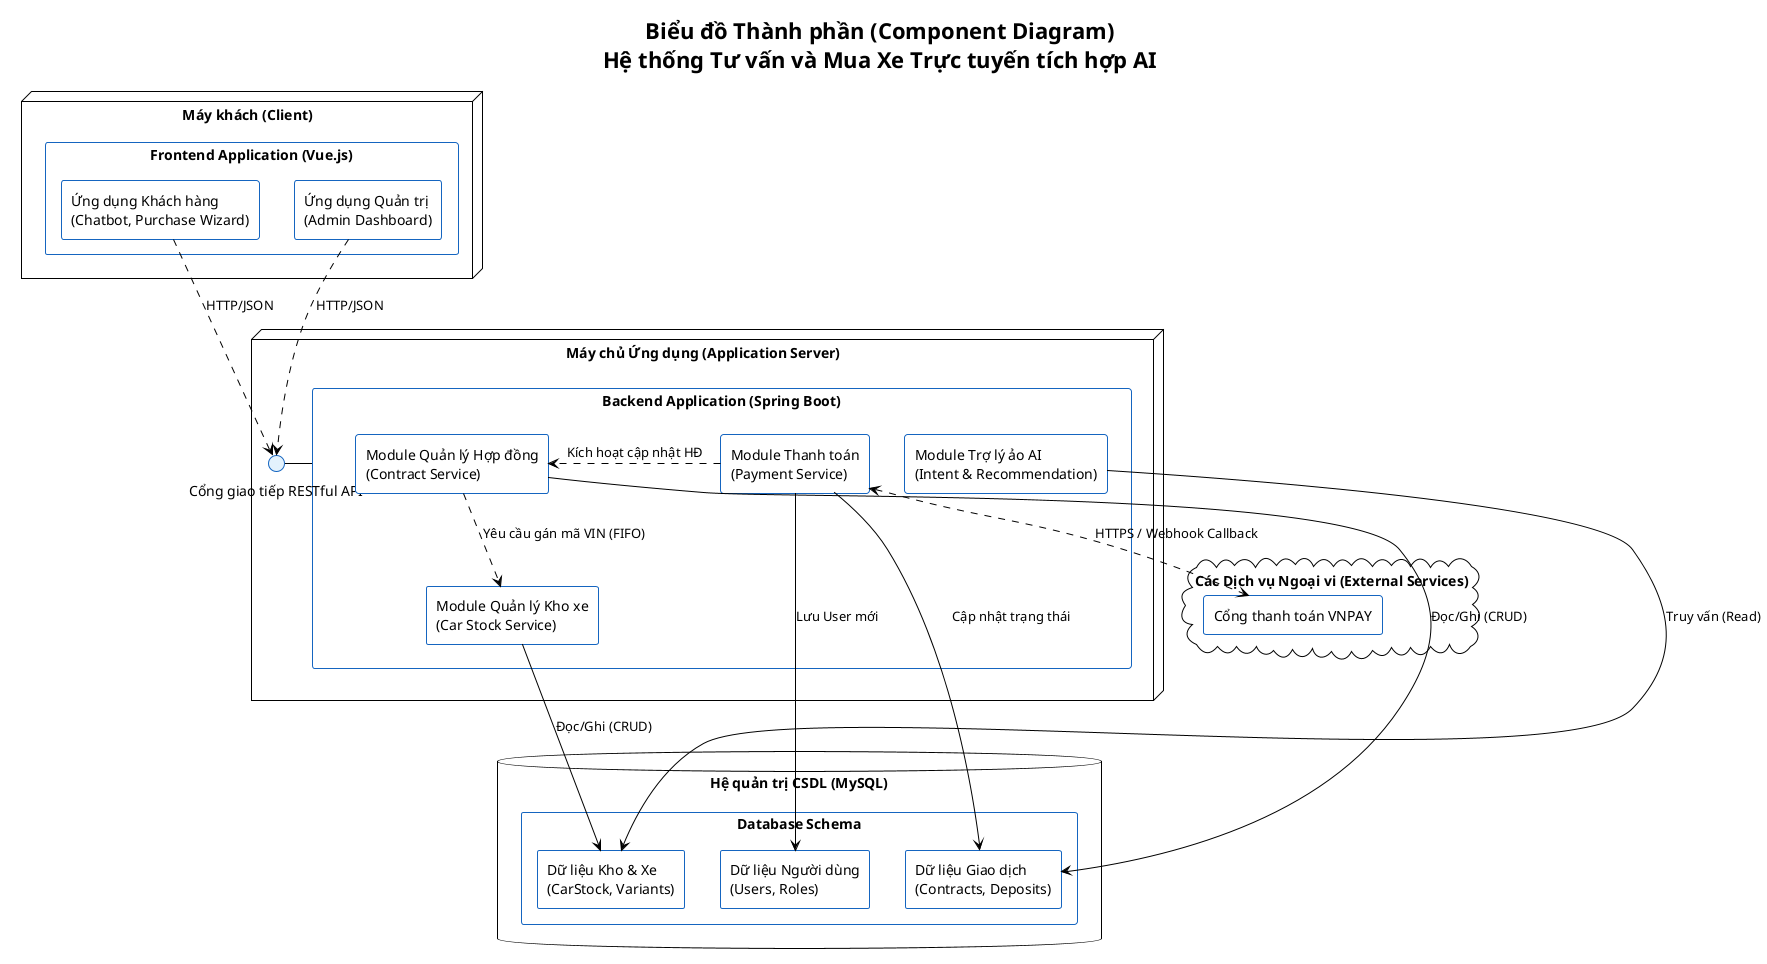
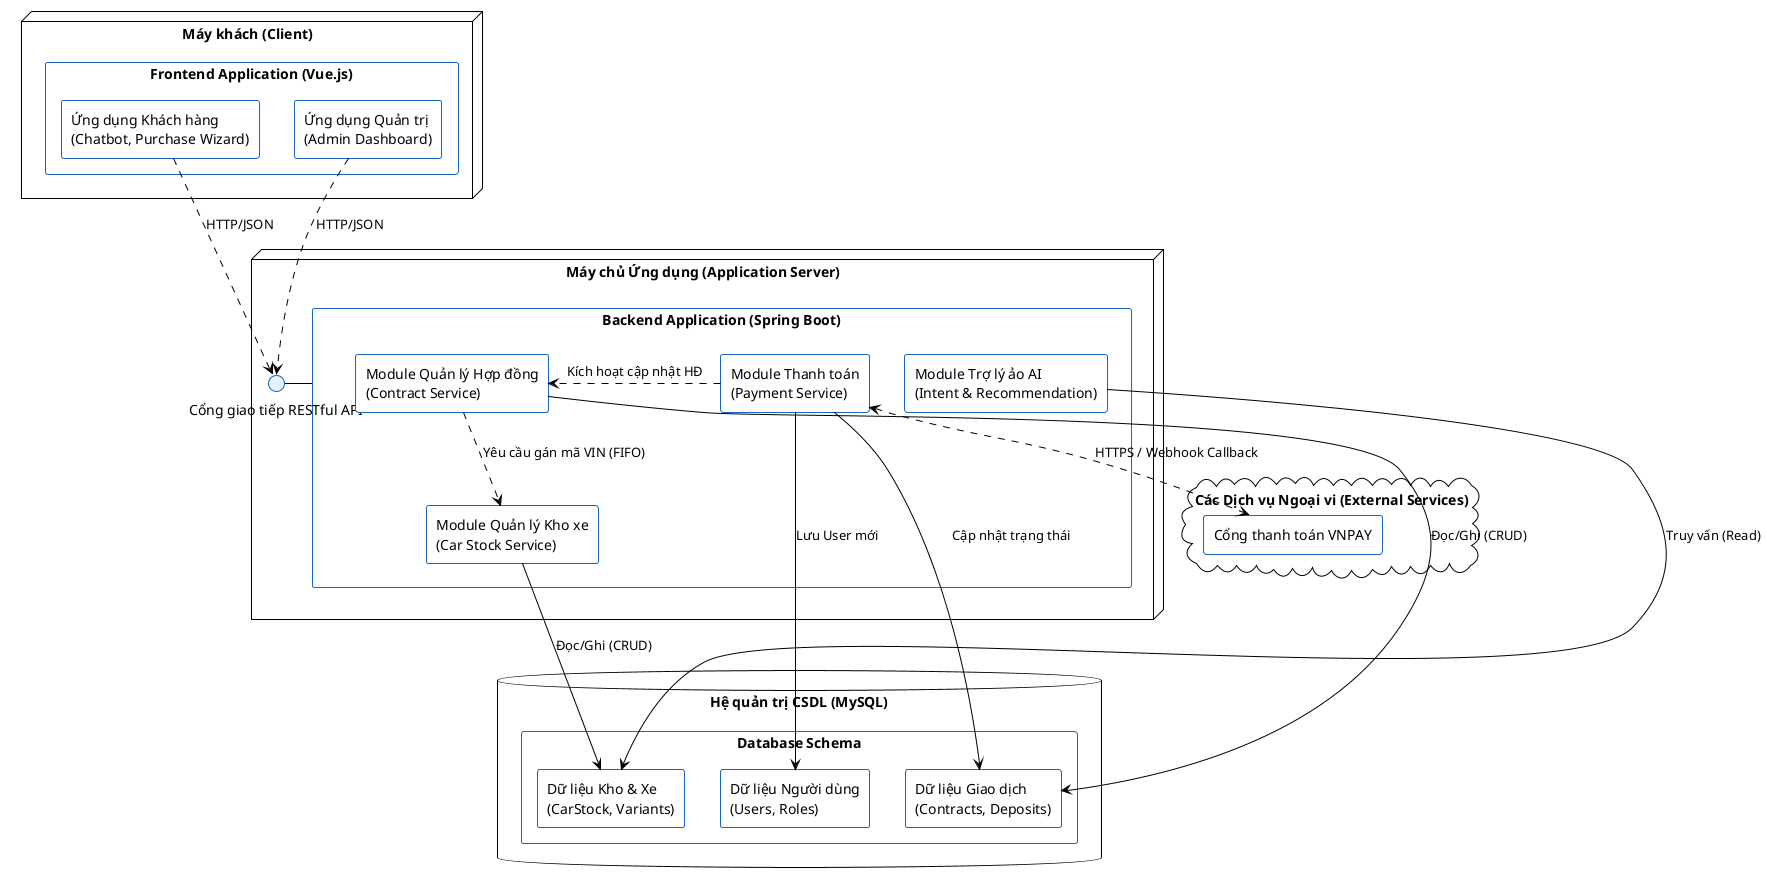
@startuml
!theme plain
skinparam componentStyle rectangle
skinparam DefaultFontName Arial
skinparam component {
  BackgroundColor White
  BorderColor #1565C0
}
skinparam interface {
  BackgroundColor #E3F2FD
  BorderColor #1565C0
}

- title Biểu đồ Thành phần (Component Diagram)\nHệ thống Tư vấn và Mua Xe Trực tuyến tích hợp AI

' --- LỚP CLIENT (FRONTEND) ---
node "Máy khách (Client)" {
    component "Frontend Application (Vue.js)" as Frontend {
        [Ứng dụng Khách hàng\n(Chatbot, Purchase Wizard)] as ClientUI
        [Ứng dụng Quản trị\n(Admin Dashboard)] as AdminUI
    }
}

' --- LỚP SERVER (BACKEND) ---
node "Máy chủ Ứng dụng (Application Server)" {
    interface "Cổng giao tiếp RESTful API" as REST

    component "Backend Application (Spring Boot)" as Backend {
        [Module Trợ lý ảo AI\n(Intent & Recommendation)] as AIService
        [Module Quản lý Hợp đồng\n(Contract Service)] as ContractService
        [Module Quản lý Kho xe\n(Car Stock Service)] as StockService
        [Module Thanh toán\n(Payment Service)] as PaymentService

        ' Giao tiếp nội bộ
        PaymentService .right.> ContractService : "Kích hoạt cập nhật HĐ"
        ContractService .down.> StockService : "Yêu cầu gán mã VIN (FIFO)"
    }

    REST - Backend
}

' --- LỚP DỮ LIỆU ---
database "Hệ quản trị CSDL (MySQL)" as DB {
    component "Database Schema" {
        [Dữ liệu Người dùng\n(Users, Roles)] as DB_User
        [Dữ liệu Giao dịch\n(Contracts, Deposits)] as DB_Txn
        [Dữ liệu Kho & Xe\n(CarStock, Variants)] as DB_Stock
    }
}

' --- HỆ THỐNG NGOÀI ---
cloud "Các Dịch vụ Ngoại vi (External Services)" {
    [Cổng thanh toán VNPAY] as VNPay_API
}

' --- KẾT NỐI (CONNECTIONS) ---
ClientUI ..> REST : HTTP/JSON
AdminUI ..> REST : HTTP/JSON

AIService --> DB_Stock : Truy vấn (Read)
ContractService --> DB_Txn : Đọc/Ghi (CRUD)
StockService --> DB_Stock : Đọc/Ghi (CRUD)
PaymentService --> DB_Txn : Cập nhật trạng thái
PaymentService --> DB_User : Lưu User mới

PaymentService <..> VNPay_API : "HTTPS / Webhook Callback"

@enduml